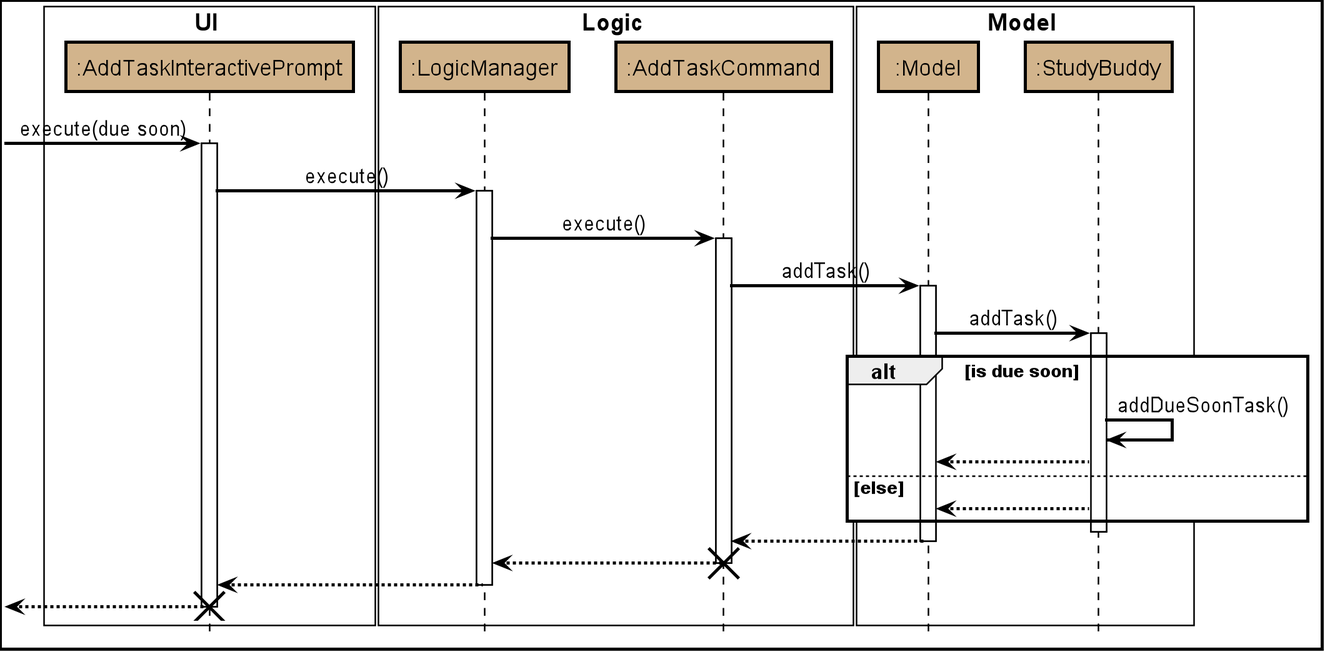
The PlantUML diagram images/AddDueSoonSequence.png in AY1920S2-CS2103T-W16-3/main, before a commit. Source of this version:
```plantuml
@startuml








skinparam BackgroundColor #FFFFFFF

skinparam Shadowing false

skinparam Class {
    FontColor #000000
    BorderThickness 1
    BorderColor #FFFFFF
    StereotypeFontColor #FFFFFF
    FontName Arial
}

skinparam Actor {
    BorderColor #000000
    Color #000000
    FontName Arial
}

skinparam Sequence {
    MessageAlign center
    BoxFontSize 15
    BoxPadding 0
    BoxFontColor #000000
    FontName Arial
}

skinparam Participant {
    FontColor #000000
    Padding 20
}

skinparam MinClassWidth 50
skinparam ParticipantPadding 10
skinparam Shadowing false
skinparam DefaultTextAlignment center
skinparam packageStyle Rectangle

hide footbox
hide members
hide circle

skinparam arrowColor #black
skinparam SequenceBoxBorderColor #black
skinparam SequenceParticipantBorderThickness 2
skinparam SequenceReferenceBorderThickness 2
skinparam DiagramBorderThickness 2
skinparam SequenceArrowThickness 2
skinparam SequenceLifeLineBorderColor #black
skinparam ParticipantBorderColor #black


box UI #FFFFFF
participant ":AddTaskInteractivePrompt" as AddTaskInteractivePrompt #D2B48C
end box

box Logic #FFFFFF
participant ":LogicManager" as LogicManager #D2B48C
participant ":AddTaskCommand" as AddTaskCommand #D2B48C
end box

box Model #FFFFFF
participant ":Model" as Model #D2B48C
participant ":StudyBuddy" as StudyBuddy #D2B48C
end box

[-> AddTaskInteractivePrompt : execute(due soon)
activate AddTaskInteractivePrompt

AddTaskInteractivePrompt -> LogicManager : execute()
activate LogicManager

LogicManager -> AddTaskCommand : execute()
activate AddTaskCommand

AddTaskCommand -> Model : addTask()
activate Model

Model -> StudyBuddy : addTask()
activate StudyBuddy

alt is due soon
    StudyBuddy->StudyBuddy: addDueSoonTask()
    StudyBuddy --> Model
else else
     StudyBuddy --> Model
end

deactivate StudyBuddy

Model --> AddTaskCommand
deactivate Model

AddTaskCommand --> LogicManager
deactivate AddTaskCommand
destroy AddTaskCommand

LogicManager --> AddTaskInteractivePrompt
deactivate LogicManager

[<--AddTaskInteractivePrompt
deactivate AddTaskInteractivePrompt
destroy AddTaskInteractivePrompt

@enduml
```
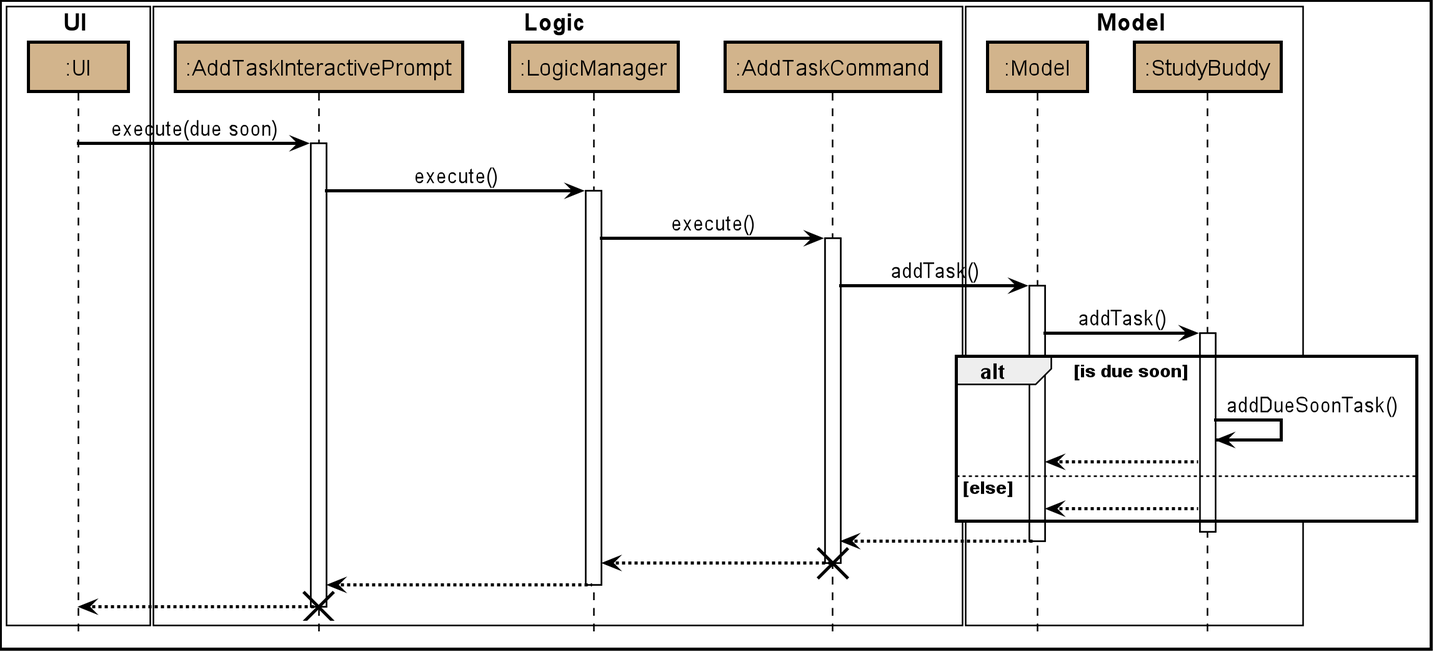
Later version of the same file.

What changed in the source:
```diff
@@ -59,10 +59,11 @@
 
 
 box UI #FFFFFF
-participant ":AddTaskInteractivePrompt" as AddTaskInteractivePrompt #D2B48C
+participant ":UI" as UI #D2B48C
 end box
 
 box Logic #FFFFFF
+participant ":AddTaskInteractivePrompt" as AddTaskInteractivePrompt #D2B48C
 participant ":LogicManager" as LogicManager #D2B48C
 participant ":AddTaskCommand" as AddTaskCommand #D2B48C
 end box
@@ -72,7 +73,7 @@
 participant ":StudyBuddy" as StudyBuddy #D2B48C
 end box
 
-[-> AddTaskInteractivePrompt : execute(due soon)
+UI-> AddTaskInteractivePrompt : execute(due soon)
 activate AddTaskInteractivePrompt
 
 AddTaskInteractivePrompt -> LogicManager : execute()
@@ -106,7 +107,7 @@
 LogicManager --> AddTaskInteractivePrompt
 deactivate LogicManager
 
-[<--AddTaskInteractivePrompt
+UI<--AddTaskInteractivePrompt
 deactivate AddTaskInteractivePrompt
 destroy AddTaskInteractivePrompt
 
```
